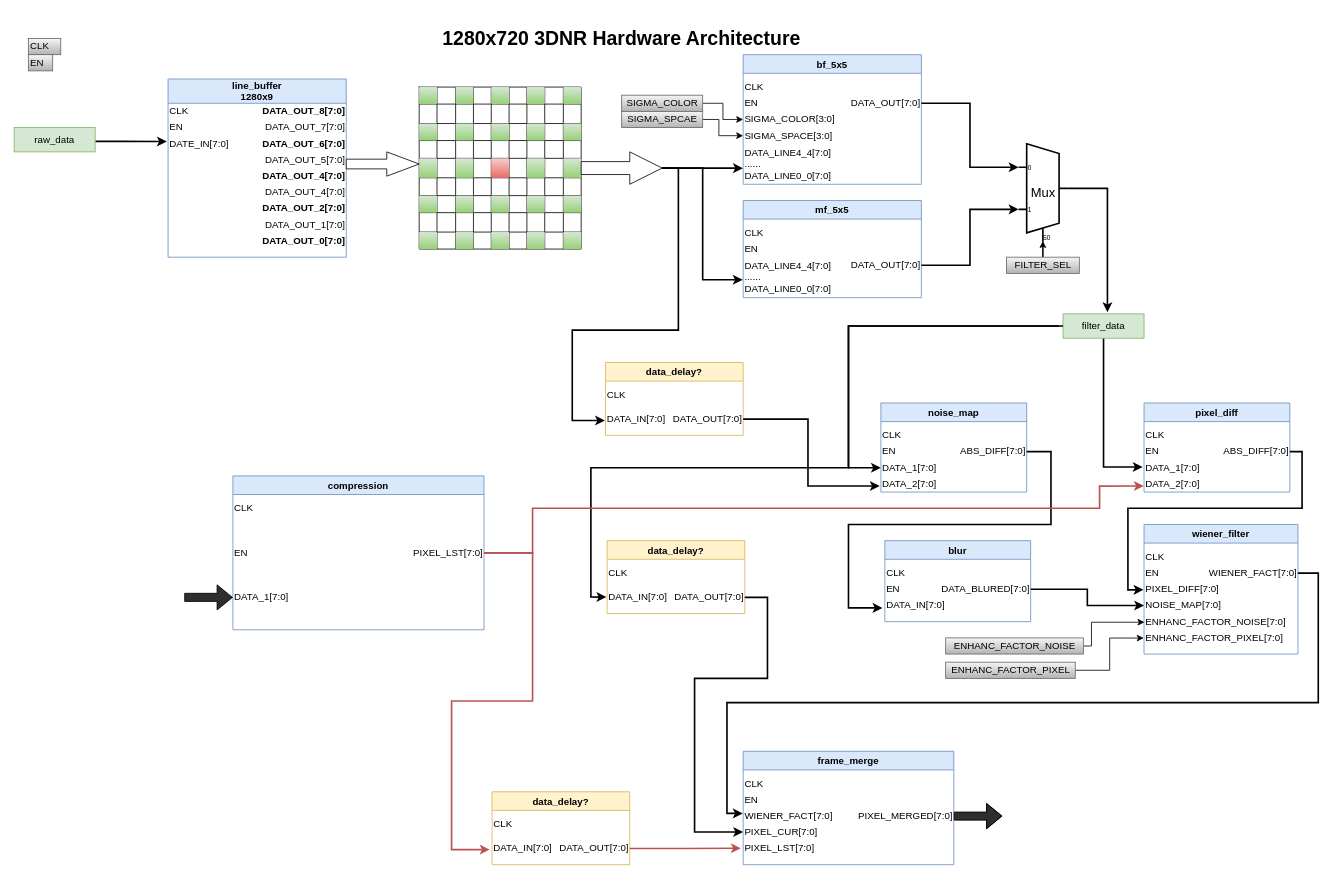
This is page "ModulePartation" (2 of 2) of 3DNR/3DNR_hardware.drawio from sustcsugar/draw.io, a draw.io file, before an edit. Source tidied: cells renumbered, new cells numbered last; positions are measured from the earlier drawing's top-left corner, leaving out a move shared by most shapes. Both pictures are drawn from the tidied source at 81%, with x=0, y=0 at pixel (14, 22).
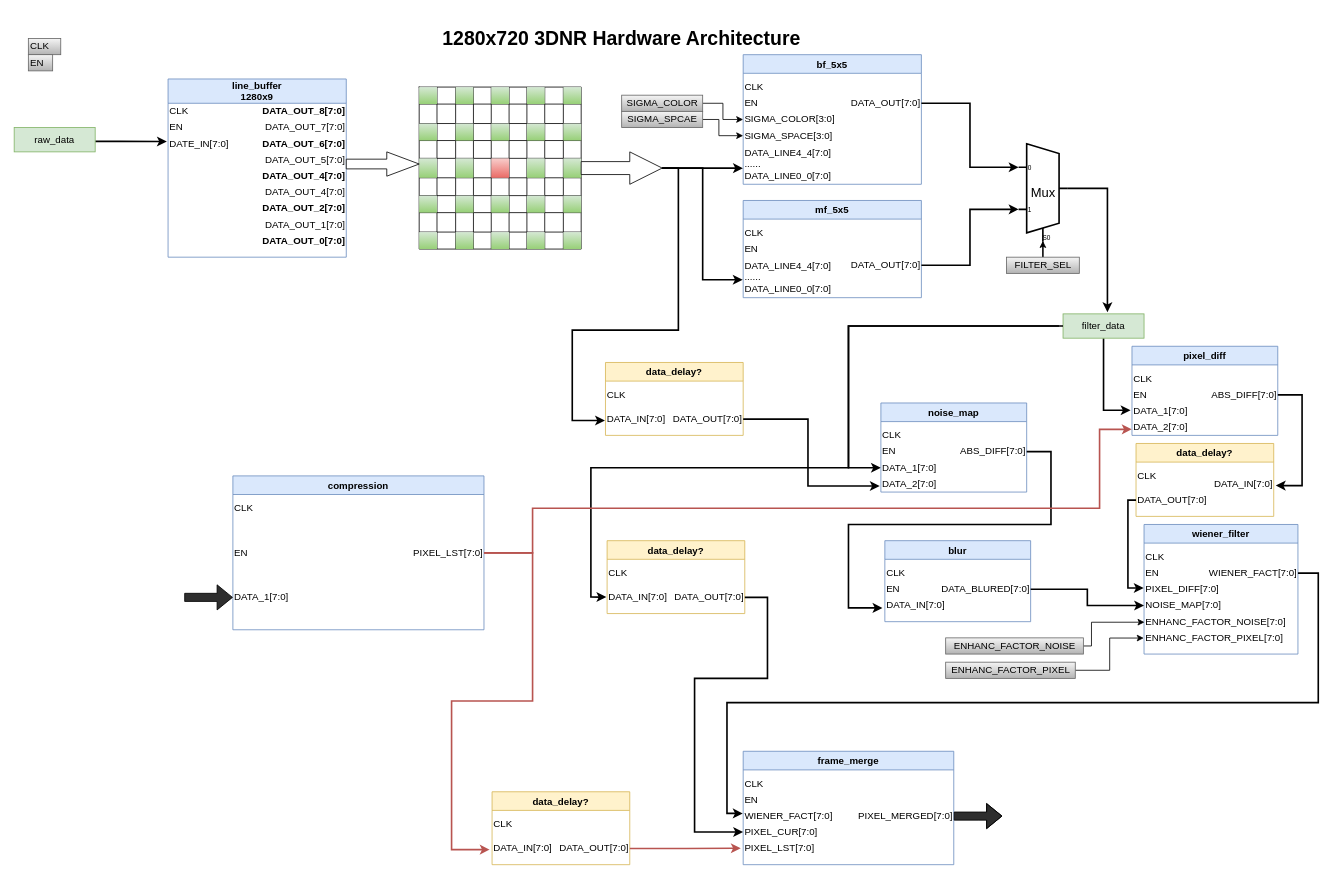
The same page after the edit.

Unchanged cells that the change refers to:
```xml
<mxCell id="20" value="filter_data" style="rounded=0;whiteSpace=wrap;html=1;align=center;fillColor=#d5e8d4;strokeColor=#82b366;" parent="1" vertex="1">
  <mxGeometry x="1294.9" y="360" width="100" height="30" as="geometry" />
</mxCell>
<mxCell id="36" value="DATA_1[7:0]" style="text;html=1;align=left;verticalAlign=middle;points=[];strokeColor=none;fillColor=none;flipH=0;" parent="33" vertex="1">
  <mxGeometry y="70" width="80" height="20" as="geometry" />
</mxCell>
<mxCell id="37" value="ABS_DIFF[7:0]" style="text;html=1;align=right;verticalAlign=middle;points=[];strokeColor=none;fillColor=none;flipH=0;" parent="33" vertex="1">
  <mxGeometry x="80" y="50" width="100" height="20" as="geometry" />
</mxCell>
<mxCell id="38" value="DATA_2[7:0]" style="text;html=1;align=left;verticalAlign=middle;points=[];strokeColor=none;fillColor=none;flipH=0;" parent="33" vertex="1">
  <mxGeometry y="90" width="80" height="20" as="geometry" />
</mxCell>
<mxCell id="43" value="PIXEL_DIFF[7:0]" style="text;html=1;align=left;verticalAlign=middle;points=[];strokeColor=none;fillColor=none;" parent="39" vertex="1">
  <mxGeometry y="70" width="110" height="20" as="geometry" />
</mxCell>
<mxCell id="182" value="PIXEL_LST[7:0]" style="text;html=1;align=right;verticalAlign=middle;points=[];strokeColor=none;fillColor=none;" parent="178" vertex="1">
  <mxGeometry x="210" y="85" width="100" height="20" as="geometry" />
</mxCell>
```

Change to the diagram source:
```diff
@@
     <mxCell id="19" style="edgeStyle=orthogonalEdgeStyle;rounded=0;jettySize=auto;html=1;entryX=-0.022;entryY=0.45;entryDx=0;entryDy=0;entryPerimeter=0;strokeWidth=2;" parent="1" edge="1" source="20" target="36">
       <mxGeometry relative="1" as="geometry">
         <Array as="points">
-          <mxPoint x="1345" y="549" />
+          <mxPoint x="1345" y="479" />
         </Array>
       </mxGeometry>
     </mxCell>
@@
     <mxCell id="33" value="pixel_diff" style="swimlane;align=center;fillColor=#dae8fc;strokeColor=#6c8ebf;flipH=0;flipV=0;" parent="1" vertex="1">
-      <mxGeometry x="1394.9" y="470" width="180" height="110" as="geometry" />
+      <mxGeometry x="1380" y="400" width="180" height="110" as="geometry" />
     </mxCell>
@@
-    <mxCell id="173" style="edgeStyle=orthogonalEdgeStyle;rounded=0;jettySize=auto;html=1;entryX=-0.007;entryY=0.533;entryDx=0;entryDy=0;entryPerimeter=0;strokeWidth=2;" parent="1" edge="1" source="37" target="43">
-      <mxGeometry relative="1" as="geometry">
-        <Array as="points">
-          <mxPoint x="1590" y="530" />
-          <mxPoint x="1590" y="600" />
-          <mxPoint x="1375" y="600" />
-          <mxPoint x="1375" y="701" />
-        </Array>
-      </mxGeometry>
-    </mxCell>
@@
     <mxCell id="203" style="edgeStyle=orthogonalEdgeStyle;rounded=0;jettySize=auto;html=1;entryX=-0.004;entryY=0.629;entryDx=0;entryDy=0;entryPerimeter=0;strokeWidth=2;fillColor=#f8cecc;strokeColor=#b85450;" parent="1" edge="1" source="182" target="38">
       <mxGeometry relative="1" as="geometry">
         <Array as="points">
           <mxPoint x="640" y="655" />
           <mxPoint x="640" y="600" />
           <mxPoint x="1340" y="600" />
-          <mxPoint x="1340" y="573" />
+          <mxPoint x="1340" y="503" />
         </Array>
       </mxGeometry>
     </mxCell>
@@
+    <mxCell id="206" value="data_delay?" style="swimlane;fillColor=#fff2cc;strokeColor=#d6b656;" parent="1" vertex="1">
+      <mxGeometry x="1385" y="520" width="170" height="90" as="geometry" />
+    </mxCell>
+    <mxCell id="207" value="DATA_OUT[7:0]" style="text;html=1;align=left;verticalAlign=middle;points=[];strokeColor=none;fillColor=none;" parent="206" vertex="1">
+      <mxGeometry y="60" width="100" height="20" as="geometry" />
+    </mxCell>
+    <mxCell id="208" value="DATA_IN[7:0]" style="text;html=1;align=right;verticalAlign=middle;points=[];strokeColor=none;fillColor=none;" parent="206" vertex="1">
+      <mxGeometry x="80" y="40" width="90" height="20" as="geometry" />
+    </mxCell>
+    <mxCell id="209" value="CLK" style="text;html=1;align=left;verticalAlign=middle;strokeColor=none;fillColor=none;" parent="206" vertex="1">
+      <mxGeometry y="30" width="40" height="20" as="geometry" />
+    </mxCell>
+    <mxCell id="210" style="edgeStyle=orthogonalEdgeStyle;rounded=0;jettySize=auto;html=1;entryX=1.028;entryY=0.6;entryDx=0;entryDy=0;entryPerimeter=0;strokeWidth=2;" parent="1" edge="1" source="37" target="208">
+      <mxGeometry relative="1" as="geometry">
+        <Array as="points">
+          <mxPoint x="1590" y="460" />
+          <mxPoint x="1590" y="572" />
+        </Array>
+      </mxGeometry>
+    </mxCell>
+    <mxCell id="211" style="edgeStyle=orthogonalEdgeStyle;rounded=0;jettySize=auto;html=1;entryX=-0.004;entryY=0.425;entryDx=0;entryDy=0;entryPerimeter=0;strokeWidth=2;" parent="1" edge="1" source="207" target="43">
+      <mxGeometry relative="1" as="geometry">
+        <Array as="points">
+          <mxPoint x="1375" y="590" />
+          <mxPoint x="1375" y="699" />
+        </Array>
+      </mxGeometry>
+    </mxCell>
```
